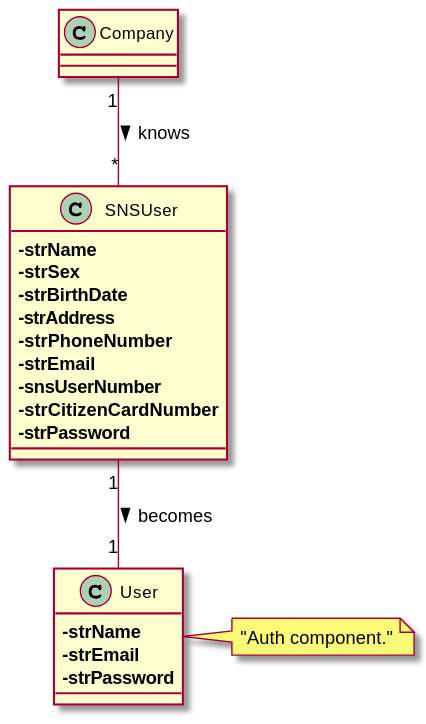
Above: docs/SprintC/US014/US014_DM.svg in Pirussa/lei-22-s2-1da-g02 (PlantUML), before the change.
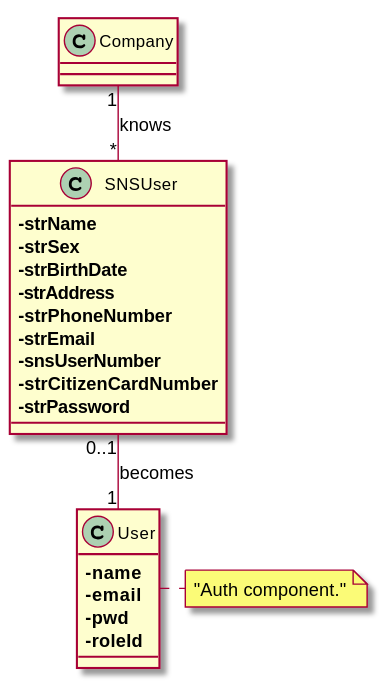
Later version of the same file.

The edit, as a diff of the source:
```diff
@@ -1,4 +1,5 @@
 @startuml
+!pragma layout smetana
 
 note right of User : "Auth component."
 
@@ -15,12 +16,13 @@
 }
 
 class User{
-==-strName
-==-strEmail
-==-strPassword
+==-name
+==-email
+==-pwd
+==-roleId
 }
 
 Company "1" -down- "*" SNSUser: knows >
-SNSUser "1" -down- "1" User: becomes >
+SNSUser "0..1" -down- "1" User: becomes >
 
 @enduml
```
